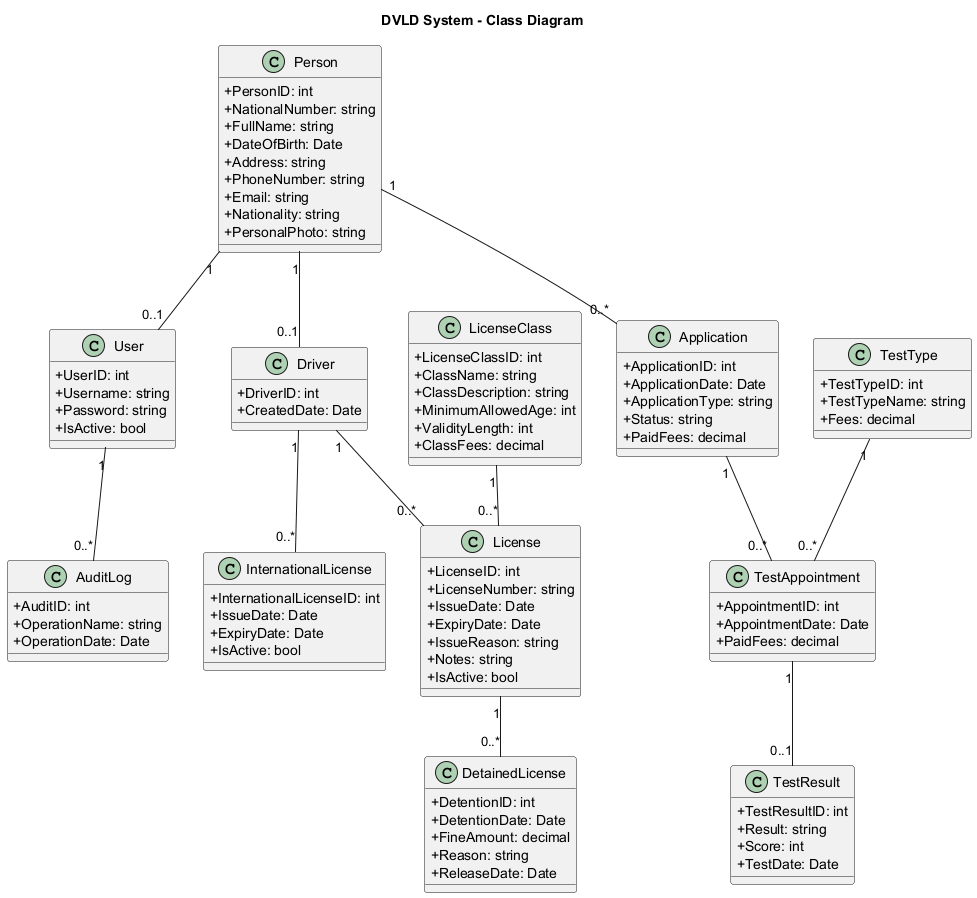
Earlier version of the PlantUML export docs/UML/diagram/class-diagram.png (anasemadanas/DVLD).
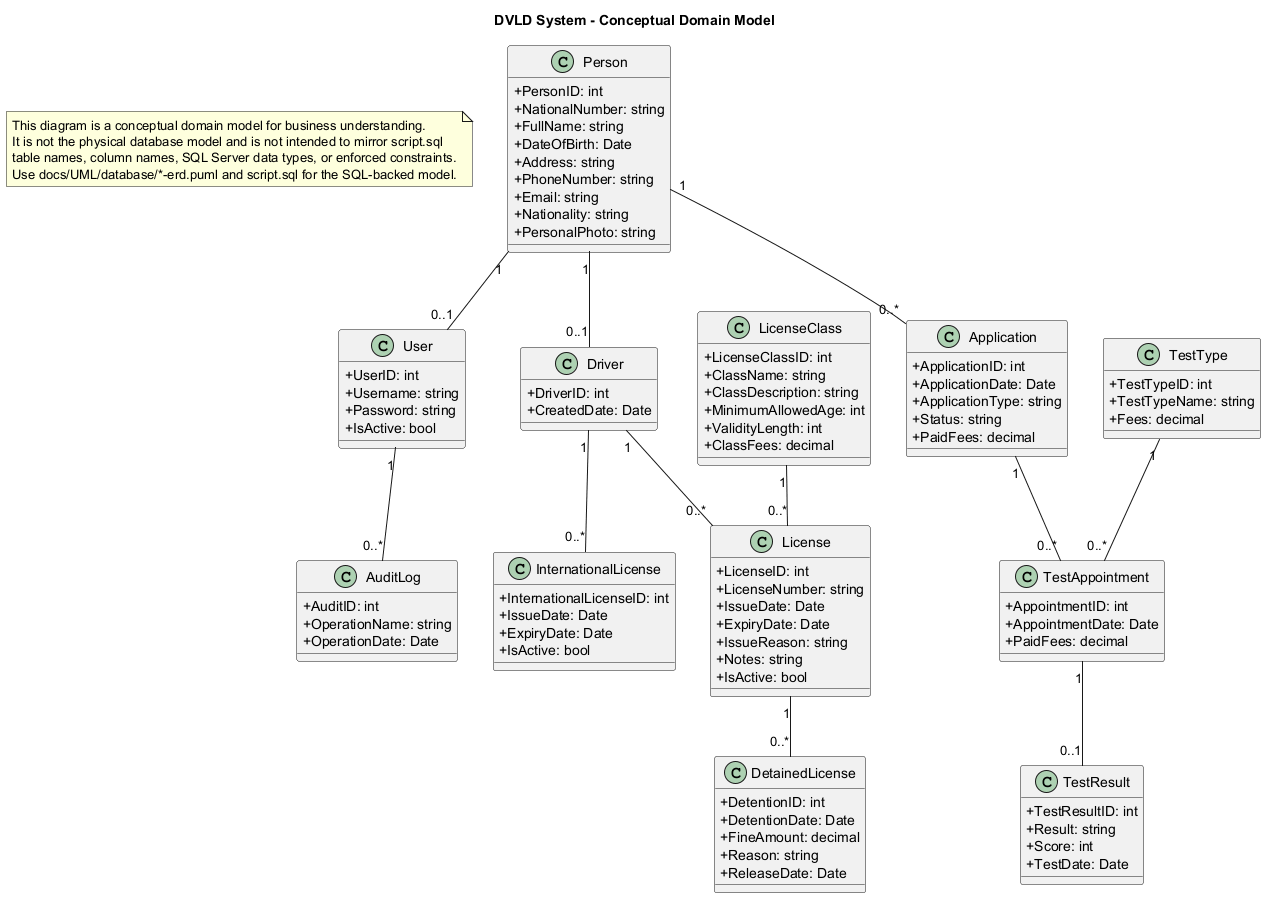
After the commit.

What changed in the source:
```diff
@@ -1,8 +1,15 @@
 @startuml class-diagram
-title DVLD System - Class Diagram
+title DVLD System - Conceptual Domain Model
 
 skinparam classAttributeIconSize 0
 skinparam shadowing false
+
+note as ConceptualModelNote
+This diagram is a conceptual domain model for business understanding.
+It is not the physical database model and is not intended to mirror script.sql
+table names, column names, SQL Server data types, or enforced constraints.
+Use docs/UML/database/*-erd.puml and script.sql for the SQL-backed model.
+end note
 
 class Person {
   +PersonID: int
```
